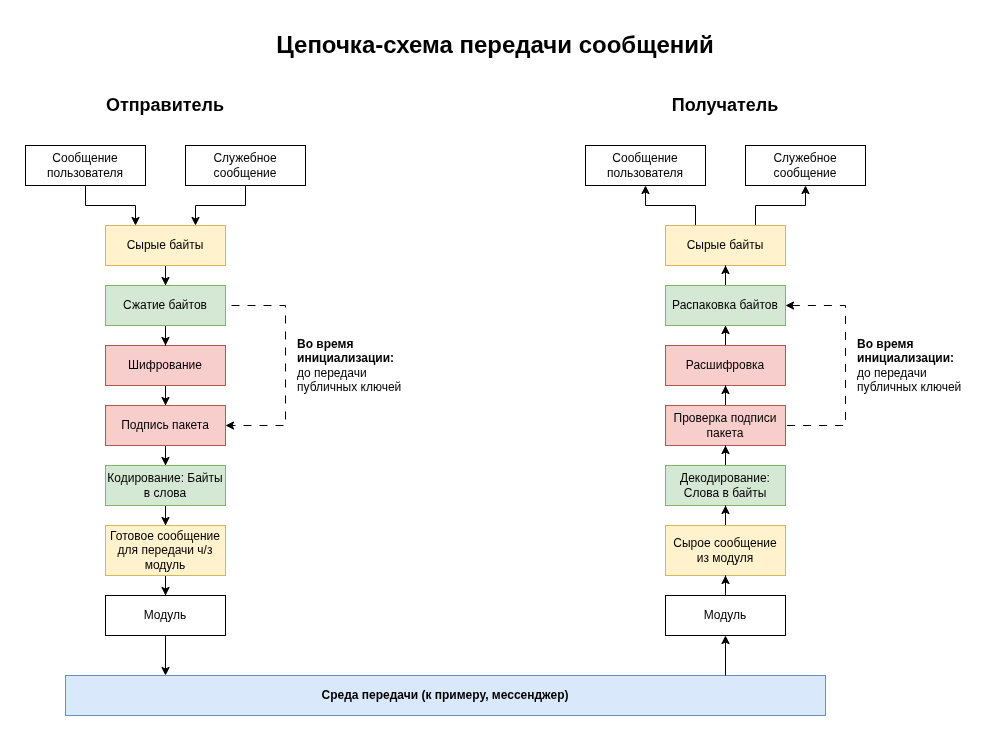
Earlier version of the draw.io export docs/diagrams/message-transmission-chain-RU.png (igmunv/cryptolayer-base). Source tidied: cells renumbered, new cells last; positions are measured from the earlier drawing's top-left corner, leaving out a move shared by most shapes.
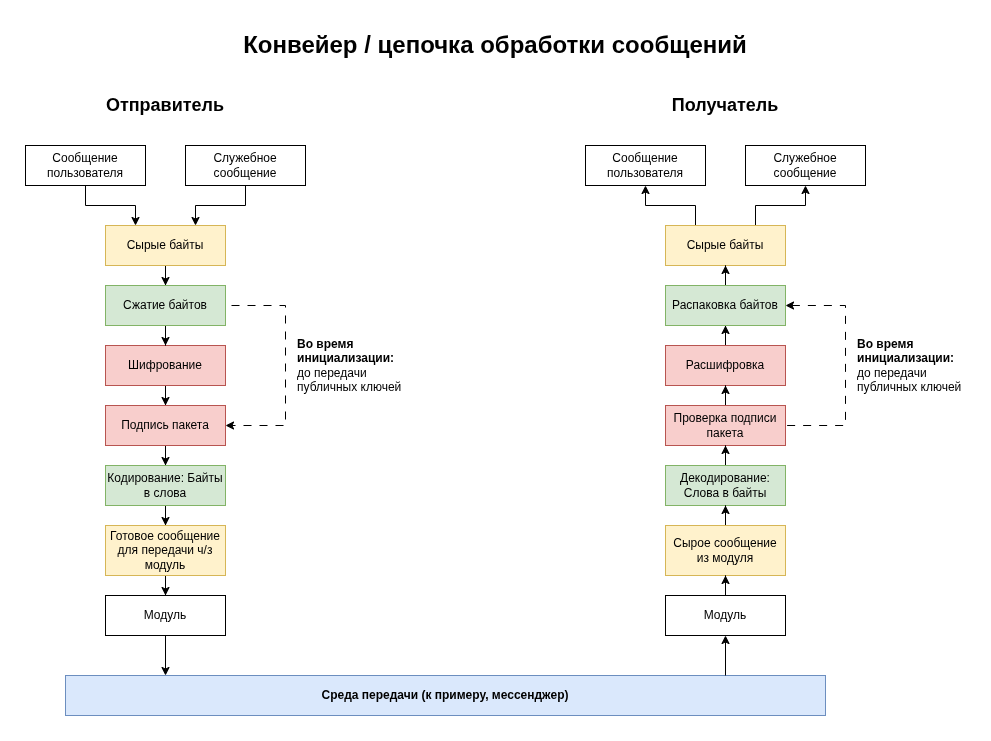
Later version of the same file.

Diff of the diagram source:
```diff
@@ -2,7 +2,7 @@
   <root>
     <mxCell id="0" />
     <mxCell id="1" parent="0" />
-    <mxCell id="2" value="Цепочка-схема передачи сообщений" style="text;html=1;whiteSpace=wrap;strokeColor=none;fillColor=none;align=center;verticalAlign=middle;rounded=0;fontStyle=1;fontSize=24;" parent="1" vertex="1">
+    <mxCell id="2" value="Конвейер / цепочка обработки сообщений" style="text;html=1;whiteSpace=wrap;strokeColor=none;fillColor=none;align=center;verticalAlign=middle;rounded=0;fontStyle=1;fontSize=24;" parent="1" vertex="1">
       <mxGeometry width="940" height="40" as="geometry" />
     </mxCell>
     <mxCell id="3" style="edgeStyle=orthogonalEdgeStyle;rounded=0;jettySize=auto;html=1;entryX=0.25;entryY=0;entryDx=0;entryDy=0;" parent="1" edge="1" source="4">
```
